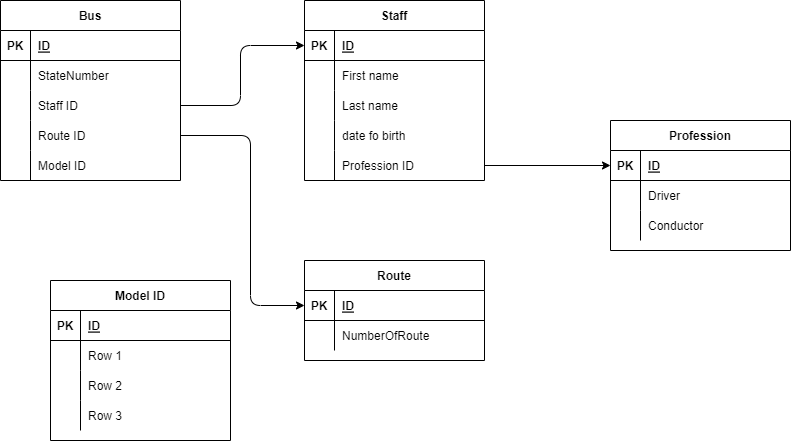
The draw.io diagram Task3.drawio.png in TimofeyShadrin/HomeWorkDB1, before a commit. Source tidied: cells renumbered, new cells last; positions are measured from the earlier drawing's top-left corner, leaving out a move shared by most shapes.
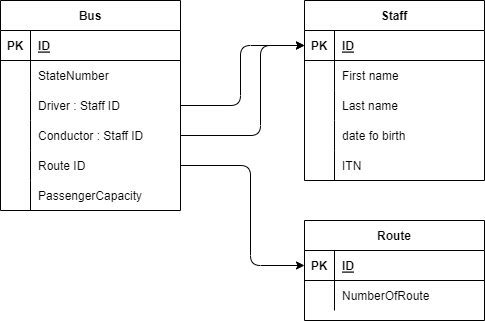
The same file after the commit.

Commit message:
Task3.drawio.png - number of tables fixed

What changed in the source:
```diff
@@ -3,7 +3,7 @@
     <mxCell id="0" />
     <mxCell id="1" parent="0" />
     <mxCell id="2" value="Bus" style="shape=table;startSize=30;rowLines=0;fontStyle=1;align=center;" parent="1" vertex="1">
-      <mxGeometry width="180" height="180" as="geometry" />
+      <mxGeometry width="180" height="210" as="geometry" />
     </mxCell>
     <mxCell id="3" style="shape=partialRectangle;fillColor=none;top=0;left=0;bottom=1;right=0;" parent="2" vertex="1">
       <mxGeometry y="30" width="180" height="30" as="geometry" />
@@ -29,11 +29,20 @@
     <mxCell id="10" style="shape=partialRectangle;fillColor=none;top=0;left=0;bottom=0;right=0;overflow=hidden;" parent="9" vertex="1">
       <mxGeometry width="30" height="30" as="geometry" />
     </mxCell>
-    <mxCell id="11" value="Staff ID" style="shape=partialRectangle;fillColor=none;top=0;left=0;bottom=0;right=0;align=left;spacingLeft=6;overflow=hidden;" parent="9" vertex="1">
+    <mxCell id="11" value="Driver : Staff ID" style="shape=partialRectangle;fillColor=none;top=0;left=0;bottom=0;right=0;align=left;spacingLeft=6;overflow=hidden;" parent="9" vertex="1">
       <mxGeometry x="30" width="150" height="30" as="geometry" />
     </mxCell>
+    <mxCell id="64" style="shape=partialRectangle;fillColor=none;top=0;left=0;bottom=0;right=0;points=[[0,0.5],[1,0.5]];portConstraint=eastwest;" parent="2" vertex="1">
+      <mxGeometry y="120" width="180" height="30" as="geometry" />
+    </mxCell>
+    <mxCell id="67" style="shape=partialRectangle;fillColor=none;top=0;left=0;bottom=0;right=0;overflow=hidden;" parent="64" vertex="1">
+      <mxGeometry width="30" height="30" as="geometry" />
+    </mxCell>
+    <mxCell id="68" value="Conductor : Staff ID" style="shape=partialRectangle;fillColor=none;top=0;left=0;bottom=0;right=0;align=left;spacingLeft=6;overflow=hidden;" parent="64" vertex="1">
+      <mxGeometry x="30" width="150" height="30" as="geometry" />
+    </mxCell>
     <mxCell id="12" style="shape=partialRectangle;fillColor=none;top=0;left=0;bottom=0;right=0;points=[[0,0.5],[1,0.5]];portConstraint=eastwest;" parent="2" vertex="1">
-      <mxGeometry y="120" width="180" height="30" as="geometry" />
+      <mxGeometry y="150" width="180" height="30" as="geometry" />
     </mxCell>
     <mxCell id="13" style="shape=partialRectangle;fillColor=none;top=0;left=0;bottom=0;right=0;overflow=hidden;" parent="12" vertex="1">
       <mxGeometry width="30" height="30" as="geometry" />
@@ -42,12 +51,12 @@
       <mxGeometry x="30" width="150" height="30" as="geometry" />
     </mxCell>
     <mxCell id="15" style="shape=partialRectangle;fillColor=none;top=0;left=0;bottom=0;right=0;" parent="2" vertex="1">
-      <mxGeometry y="150" width="180" height="30" as="geometry" />
+      <mxGeometry y="180" width="180" height="30" as="geometry" />
     </mxCell>
     <mxCell id="16" style="shape=partialRectangle;fillColor=none;top=0;left=0;bottom=0;right=0;overflow=hidden;" parent="15" vertex="1">
       <mxGeometry width="30" height="30" as="geometry" />
     </mxCell>
-    <mxCell id="17" value="Model ID" style="shape=partialRectangle;fillColor=none;top=0;left=0;bottom=0;right=0;align=left;spacingLeft=6;overflow=hidden;" parent="15" vertex="1">
+    <mxCell id="17" value="PassengerCapacity" style="shape=partialRectangle;fillColor=none;top=0;left=0;bottom=0;right=0;align=left;spacingLeft=6;overflow=hidden;" parent="15" vertex="1">
       <mxGeometry x="30" width="150" height="30" as="geometry" />
     </mxCell>
     <mxCell id="18" value="Staff" style="shape=table;startSize=30;rowLines=0;fontStyle=1;align=center;" parent="1" vertex="1">
@@ -92,44 +101,14 @@
     <mxCell id="31" style="shape=partialRectangle;fillColor=none;top=0;left=0;bottom=0;right=0;points=[[0,0.5],[1,0.5]];portConstraint=eastwest;" parent="18" vertex="1">
       <mxGeometry y="150" width="180" height="30" as="geometry" />
     </mxCell>
-    <mxCell id="32" style="shape=partialRectangle;fillColor=none;top=0;left=0;bottom=0;right=0;overflow=hidden;" parent="31" vertex="1">
-      <mxGeometry width="30" height="30" as="geometry" />
-    </mxCell>
-    <mxCell id="33" value="Profession ID" style="shape=partialRectangle;fillColor=none;top=0;left=0;bottom=0;right=0;align=left;spacingLeft=6;overflow=hidden;" parent="31" vertex="1">
-      <mxGeometry x="30" width="150" height="30" as="geometry" />
-    </mxCell>
-    <mxCell id="34" value="Profession" style="shape=table;startSize=30;rowLines=0;fontStyle=1;align=center;" parent="1" vertex="1">
-      <mxGeometry x="610" y="120" width="180" height="130" as="geometry" />
-    </mxCell>
-    <mxCell id="35" style="shape=partialRectangle;fillColor=none;top=0;left=0;bottom=1;right=0;points=[[0,0.5],[1,0.5]];portConstraint=eastwest;" parent="34" vertex="1">
-      <mxGeometry y="30" width="180" height="30" as="geometry" />
-    </mxCell>
-    <mxCell id="36" value="PK" style="shape=partialRectangle;fillColor=none;top=0;left=0;bottom=0;right=0;fontStyle=1;overflow=hidden;" parent="35" vertex="1">
-      <mxGeometry width="30" height="30" as="geometry" />
-    </mxCell>
-    <mxCell id="37" value="ID" style="shape=partialRectangle;fillColor=none;top=0;left=0;bottom=0;right=0;align=left;spacingLeft=6;fontStyle=5;overflow=hidden;" parent="35" vertex="1">
-      <mxGeometry x="30" width="150" height="30" as="geometry" />
-    </mxCell>
-    <mxCell id="38" style="shape=partialRectangle;fillColor=none;top=0;left=0;bottom=0;right=0;" parent="34" vertex="1">
-      <mxGeometry y="60" width="180" height="30" as="geometry" />
-    </mxCell>
-    <mxCell id="39" style="shape=partialRectangle;fillColor=none;top=0;left=0;bottom=0;right=0;overflow=hidden;" parent="38" vertex="1">
-      <mxGeometry width="30" height="30" as="geometry" />
-    </mxCell>
-    <mxCell id="40" value="Driver" style="shape=partialRectangle;fillColor=none;top=0;left=0;bottom=0;right=0;align=left;spacingLeft=6;overflow=hidden;" parent="38" vertex="1">
-      <mxGeometry x="30" width="150" height="30" as="geometry" />
-    </mxCell>
-    <mxCell id="41" style="shape=partialRectangle;fillColor=none;top=0;left=0;bottom=0;right=0;" parent="34" vertex="1">
-      <mxGeometry y="90" width="180" height="30" as="geometry" />
-    </mxCell>
-    <mxCell id="42" style="shape=partialRectangle;fillColor=none;top=0;left=0;bottom=0;right=0;overflow=hidden;" parent="41" vertex="1">
-      <mxGeometry width="30" height="30" as="geometry" />
-    </mxCell>
-    <mxCell id="43" value="Conductor" style="shape=partialRectangle;fillColor=none;top=0;left=0;bottom=0;right=0;align=left;spacingLeft=6;overflow=hidden;" parent="41" vertex="1">
-      <mxGeometry x="30" width="150" height="30" as="geometry" />
-    </mxCell>
+    <mxCell id="69" style="shape=partialRectangle;fillColor=none;top=0;left=0;bottom=0;right=0;overflow=hidden;" parent="31" vertex="1">
+      <mxGeometry width="30" height="30" as="geometry" />
+    </mxCell>
+    <mxCell id="70" value="ITN" style="shape=partialRectangle;fillColor=none;top=0;left=0;bottom=0;right=0;align=left;spacingLeft=6;overflow=hidden;" parent="31" vertex="1">
+      <mxGeometry x="30" width="150" height="30" as="geometry" />
+    </mxCell>
     <mxCell id="44" value="Route" style="shape=table;startSize=30;rowLines=0;fontStyle=1;align=center;" parent="1" vertex="1">
-      <mxGeometry x="304" y="260" width="180" height="100" as="geometry" />
+      <mxGeometry x="304" y="220" width="180" height="100" as="geometry" />
     </mxCell>
     <mxCell id="45" style="shape=partialRectangle;fillColor=none;top=0;left=0;bottom=1;right=0;points=[[0,0.5],[1,0.5]];portConstraint=eastwest;" parent="44" vertex="1">
       <mxGeometry y="30" width="180" height="30" as="geometry" />
@@ -157,55 +136,21 @@
         </Array>
       </mxGeometry>
     </mxCell>
-    <mxCell id="52" style="edgeStyle=none;html=1;entryX=0;entryY=0.5;entryDx=0;entryDy=0;" parent="1" edge="1" source="31" target="35">
-      <mxGeometry relative="1" as="geometry" />
-    </mxCell>
-    <mxCell id="53" style="edgeStyle=none;html=1;exitX=1;exitY=0.5;exitDx=0;exitDy=0;" parent="1" edge="1" source="12" target="45">
+    <mxCell id="53" style="edgeStyle=none;html=1;exitX=1;exitY=0.5;exitDx=0;exitDy=0;entryX=0;entryY=0.5;entryDx=0;entryDy=0;" parent="1" edge="1" source="12" target="45">
       <mxGeometry relative="1" as="geometry">
         <Array as="points">
-          <mxPoint x="250" y="135" />
-          <mxPoint x="250" y="305" />
+          <mxPoint x="250" y="165" />
+          <mxPoint x="250" y="265" />
         </Array>
       </mxGeometry>
     </mxCell>
-    <mxCell id="54" value="Model ID" style="shape=table;startSize=30;rowLines=0;fontStyle=1;align=center;" parent="1" vertex="1">
-      <mxGeometry x="50" y="280" width="180" height="160" as="geometry" />
-    </mxCell>
-    <mxCell id="55" style="shape=partialRectangle;fillColor=none;top=0;left=0;bottom=1;right=0;" parent="54" vertex="1">
-      <mxGeometry y="30" width="180" height="30" as="geometry" />
-    </mxCell>
-    <mxCell id="56" value="PK" style="shape=partialRectangle;fillColor=none;top=0;left=0;bottom=0;right=0;fontStyle=1;overflow=hidden;" parent="55" vertex="1">
-      <mxGeometry width="30" height="30" as="geometry" />
-    </mxCell>
-    <mxCell id="57" value="ID" style="shape=partialRectangle;fillColor=none;top=0;left=0;bottom=0;right=0;align=left;spacingLeft=6;fontStyle=5;overflow=hidden;" parent="55" vertex="1">
-      <mxGeometry x="30" width="150" height="30" as="geometry" />
-    </mxCell>
-    <mxCell id="58" style="shape=partialRectangle;fillColor=none;top=0;left=0;bottom=0;right=0;" parent="54" vertex="1">
-      <mxGeometry y="60" width="180" height="30" as="geometry" />
-    </mxCell>
-    <mxCell id="59" style="shape=partialRectangle;fillColor=none;top=0;left=0;bottom=0;right=0;overflow=hidden;" parent="58" vertex="1">
-      <mxGeometry width="30" height="30" as="geometry" />
-    </mxCell>
-    <mxCell id="60" value="Row 1" style="shape=partialRectangle;fillColor=none;top=0;left=0;bottom=0;right=0;align=left;spacingLeft=6;overflow=hidden;" parent="58" vertex="1">
-      <mxGeometry x="30" width="150" height="30" as="geometry" />
-    </mxCell>
-    <mxCell id="61" style="shape=partialRectangle;fillColor=none;top=0;left=0;bottom=0;right=0;" parent="54" vertex="1">
-      <mxGeometry y="90" width="180" height="30" as="geometry" />
-    </mxCell>
-    <mxCell id="62" style="shape=partialRectangle;fillColor=none;top=0;left=0;bottom=0;right=0;overflow=hidden;" parent="61" vertex="1">
-      <mxGeometry width="30" height="30" as="geometry" />
-    </mxCell>
-    <mxCell id="63" value="Row 2" style="shape=partialRectangle;fillColor=none;top=0;left=0;bottom=0;right=0;align=left;spacingLeft=6;overflow=hidden;" parent="61" vertex="1">
-      <mxGeometry x="30" width="150" height="30" as="geometry" />
-    </mxCell>
-    <mxCell id="64" style="shape=partialRectangle;fillColor=none;top=0;left=0;bottom=0;right=0;points=[[0,0.5],[1,0.5]];portConstraint=eastwest;" parent="54" vertex="1">
-      <mxGeometry y="120" width="180" height="30" as="geometry" />
-    </mxCell>
-    <mxCell id="65" style="shape=partialRectangle;fillColor=none;top=0;left=0;bottom=0;right=0;overflow=hidden;" parent="64" vertex="1">
-      <mxGeometry width="30" height="30" as="geometry" />
-    </mxCell>
-    <mxCell id="66" value="Row 3" style="shape=partialRectangle;fillColor=none;top=0;left=0;bottom=0;right=0;align=left;spacingLeft=6;overflow=hidden;" parent="64" vertex="1">
-      <mxGeometry x="30" width="150" height="30" as="geometry" />
-    </mxCell>
+    <mxCell id="71" style="edgeStyle=none;html=1;entryX=0;entryY=0.5;entryDx=0;entryDy=0;exitX=1;exitY=0.5;exitDx=0;exitDy=0;" parent="1" edge="1" source="64" target="19">
+      <mxGeometry relative="1" as="geometry">
+        <Array as="points">
+          <mxPoint x="260" y="135" />
+          <mxPoint x="260" y="45" />
+        </Array>
+      </mxGeometry>
+    </mxCell>
   </root>
 </mxGraphModel>
```
